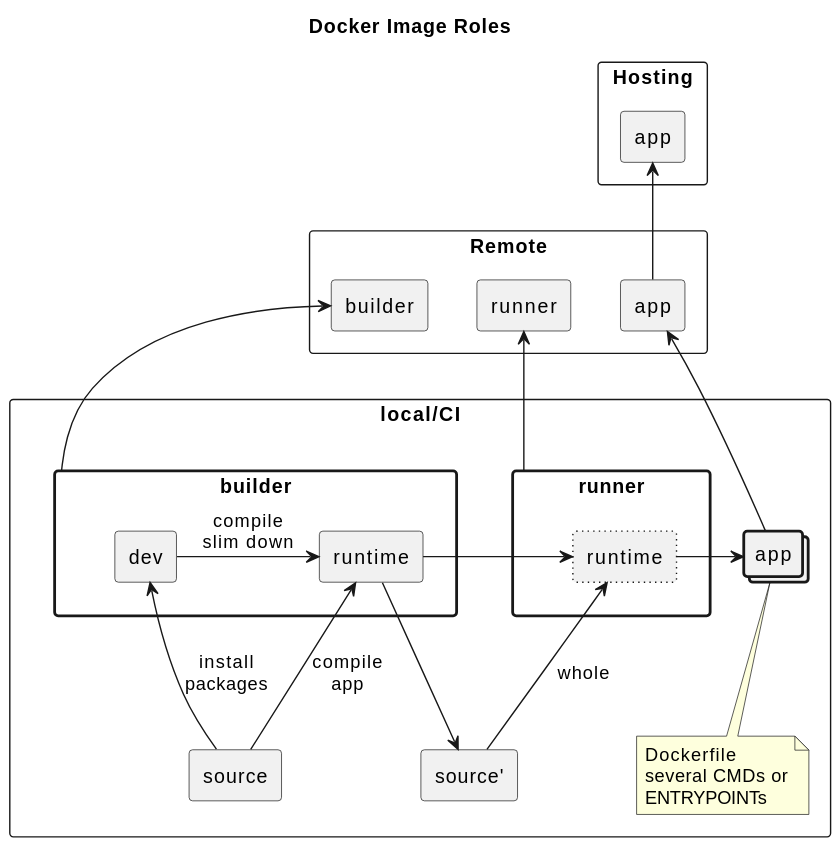
Before: docs/basic-concept.svg, a diagram exported from PlantUML (wtnabe/example-multi-phase-docker-image-scripts-and-real-app).
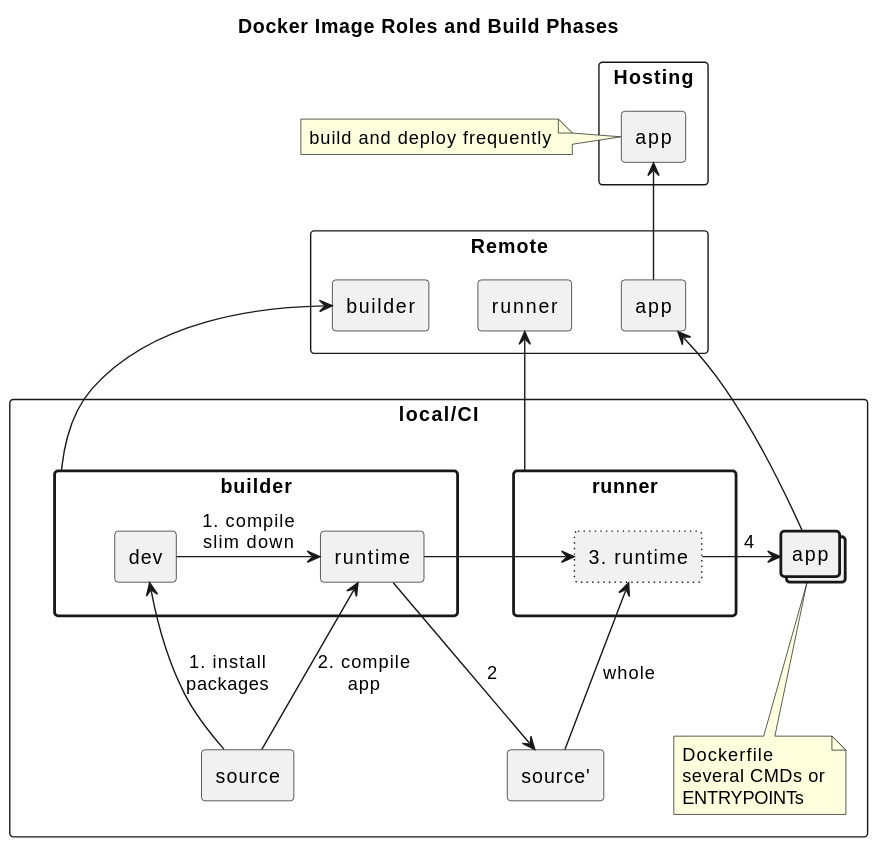
Later version of the same file.

Commit message:
docs: add phase number

Change to the diagram source:
```diff
@@ -1,10 +1,13 @@
 @startuml
-title Docker Image Roles
+title Docker Image Roles and Build Phases
 
 rectangle Hosting {
   rectangle app as app'' {
   }
 }
+note left of "app''"
+build and deploy frequently
+end note
 
 rectangle Remote {
   rectangle builder as builder' {
@@ -24,10 +27,10 @@
     }
     rectangle runtime {
     }
-    dev -> runtime : compile\nslim down
+    dev -> runtime : 1. compile\nslim down
   }
   rectangle runner #line.bold {
-    rectangle runtime as runtime' #line.dotted {
+    rectangle "3. runtime" as runtime' #line.dotted {
     }
   }
 
@@ -41,16 +44,16 @@
   runtime -[hidden]r- "runtime'"
   runtime -> "runtime'"
 
-  "runtime'" -> app
+  "runtime'" -> app : "   4"
 
   rectangle source {
   }
   rectangle source' {
   }
 
-  source -u-> dev : install\npackages
-  source -u-> runtime : compile\napp
-  runtime --> "source'"
+  source -u-> dev : 1. install\npackages
+  source -u-> runtime : 2. compile\napp
+  runtime --> "source'": 2
   "source'" -u-> "runtime'" : whole
 }
 
```
